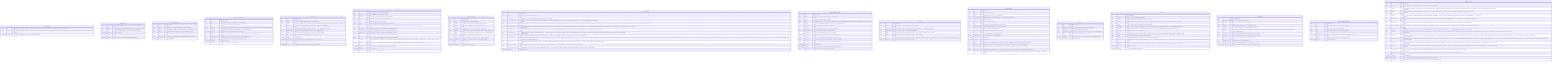
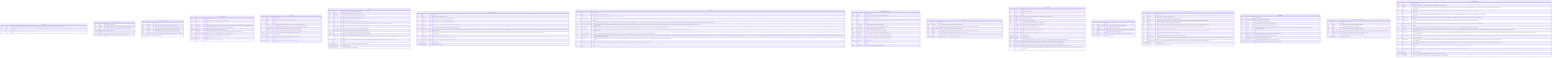
%% Generated by scripts/generate_er.py — do not edit by hand (make er)
erDiagram

    APP_CONFIG {
        string key PK "Config key in lower-snake attribute form (e.g. pdf_extractor). Matches the settings.<key> attribute name and the API path segment. ADR-0053 §2.1."
        string value "Override value as TEXT. NOT NULL — 'a row exists ⇔ override is active'. Reset to default by deleting the row (§3.3). Typed values (bool/float) are stored as their string form and coerced at read. ADR-0053 §2.1."
        timestamptz updated_at "Last write time (audit). Refreshed on every upsert. ADR-0053 §2.1."
    }

    CONVERSATIONS {
        uuid id PK "Conversation identity"
        string vault_id "Logical vault scope (matches pages/edges pattern), from VAULT_ID env var"
        string title "User-set or first-prompt-derived title, NULL until set (ADR-0019 §2.5)"
        timestamptz created_at "Row creation time"
        timestamptz updated_at "Bumped on each chat turn, drives last-active-conversation restore (AC-F6-1)"
        timestamptz deleted_at "NULL = live, set = soft-deleted (ADR-0005 / ADR-0019 §2.5)"
    }

    IMAGE_CAPTIONS {
        uuid id PK "Row identity"
        string vault_id "Vault this cached caption belongs to (per-vault cache scoping)"
        string sha256 "Lowercase hex sha256 of the image file's raw bytes (content-addressed key)"
        string file_path "Relative raw source path last seen for this content (audit, may drift)"
        string caption "Provider-generated caption used as the image's extracted text (R8-2)"
        string provider_type "Backend that produced the caption: local|api|cli (audit only, never routing)"
        timestamptz created_at "Row creation time"
    }

    IMPORT_SCHEDULES {
        uuid id PK "Row identity"
        string vault_id "Logical vault identifier — one schedule row per vault (UNIQUE)"
        boolean enabled "Scheduler is a no-op while false (ADR-0020 §4.1)"
        string source_dir "Container-visible absolute path to scan (e.g. /import). NULL until set by the user. Must be mounted into the container (ADR-0020 §7)."
        string frequency "Scan interval enum: '15m' | '1h' | '6h' | 'daily' (I7 — bounded, ADR-0020 §4.1)"
        timestamptz last_run_at "Timestamp of the last completed scan, NULL if never run"
        string last_status "Outcome of the last scan: 'ok' | 'error' | 'running' | 'skipped_disabled' | 'dir_missing' | NULL (never run)"
        int last_imported_count "Number of files copied (new/changed) during the last scan (ADR-0020 §4.3)"
        string last_error "Human-readable error from the last failed scan, NULL on success"
        timestamptz created_at "Row creation time"
        timestamptz updated_at "Updated on every PUT or scan completion"
    }

    LINT_RUNS {
        uuid id PK "Run identity"
        string vault_id "Scope — string, no vaults table (AQ-v0.5-6, ADR-0037 §3.1)"
        string status "running | completed | error. Defaults 'running', terminal write always in finally (never left 'running' on fall-through — ADR-0037 §4)."
        int max_iter "Iteration cap FROZEN at INSERT from POST body → LINT_MAX_ITER default (I7)"
        int token_budget "Token budget FROZEN at INSERT from POST body → LINT_TOKEN_BUDGET default (I7)"
        int iterations_used "Semantic rounds consumed (0..max_iter), 0 for deterministic-only scans"
        int findings_count "Number of findings emitted by this scan (capped at LINT_MAX_FINDINGS)"
        decimal total_cost_usd "I7 cost ledger, 0.0000 for local/cli (ADR-0009), $1 anomaly threshold"
        timestamptz started_at "Run start time"
        timestamptz completed_at "NULL while running, set in finally block (mirrors deep_research_runs)"
        string error_message "Populated only on status='error', NULL otherwise"
        timestamptz created_at "Row creation time (mirrors deep_research_runs/review_items)"
    }

    PAGES {
        uuid id PK "Page identity, also the Qdrant point id (ADR-0002)"
        string vault_id "Logical vault identifier — from VAULT_ID env var"
        string file_path "Relative path under vault/raw/sources/, join key to filesystem"
        string title "YAML frontmatter 'title', NULL if absent (K6, AC-K6-2/3)"
        string type "YAML frontmatter 'type', NULL if absent (K6)"
        jsonb sources "YAML frontmatter 'sources[]' as JSONB array, NULL if absent (K6)"
        jsonb tags "YAML frontmatter 'tags[]' as JSONB array, NULL if absent (K6 navigation, nashsu/llm_wiki parity). Mirrors 'sources' storage. Migration 0018."
        string content_hash "sha256 hex of raw file bytes — authoritative change signal (ADR-0001)"
        int source_mtime_ns "st_mtime_ns at last confirmed index — cheap fast-path gate (ADR-0001)"
        uuid qdrant_point_id "Qdrant point id == pages.id, explicit to allow deliberate divergence later"
        double x "FR x-coordinate (DOUBLE PRECISION), NULL until first layout (ADR-0013)"
        double y "FR y-coordinate (DOUBLE PRECISION), NULL until first layout (ADR-0013)"
        int community "Louvain community id, re-numbered by size (largest=0). NULL until first GraphEngine.recompute() after migration 0020 (G-P0-2). Persisted alongside x/y, exposed in GET /graph nodes (I2)."
        boolean pinned "True when the user manually positioned this node via PATCH /pages/(id)/position. Engine preserves pinned coords across FR recomputes (Feature A)."
        timestamptz deleted_at "NULL = live, set = soft-deleted (ADR-0005), Qdrant point hard-deleted"
        timestamptz created_at "Row creation time"
        timestamptz updated_at "Updated on every upsert (AC-WATCH-3)"
    }

    PROVIDER_CONFIG {
        uuid id PK "Row identity"
        string scope "global | vault | operation (ADR-0008 §2)"
        string operation "ingest | chat | lint, NULL unless scope='operation' (AQ-v0.2-5)"
        string vault_id "NULL at global scope, required at vault/operation scope"
        string provider_type "local | api | cli — selects the InferenceProvider backend (I6)"
        string model_id "Model name (e.g. claude-sonnet-4-6), value lives ONLY in DB rows (AC-F17-8)"
        string base_url "OpenAI-compatible endpoint for ApiProvider, NULL for Anthropic/local default"
+         largebinary api_key_encrypted "W1 (F17, §12 amendment). Fernet-encrypted UI-supplied provider API key (master key from SYNAPSE_SECRET_KEY env, app/secrets_crypto.py). NULL = no UI key, the provider layer falls back to env-var keys (ANTHROPIC_API_KEY / OPENAI_API_KEY). The plaintext is NEVER stored and NEVER returned by any endpoint (GET exposes only api_key_configured + a masked hint). Migration 0026."
+         string reasoning_effort "W1 (F17). Per-provider reasoning/thinking effort: auto | off | low | medium | high | max | custom. NULL/auto = provider default (no reasoning override). Threaded into the ApiProvider where the backend supports it (Anthropic extended thinking / OpenAI-compatible reasoning_effort), degrade-safe/ignored when unsupported. Migration 0026."
        int max_iter "Orchestrated-loop iteration cap (I7, ADR-0009)"
        int token_budget "Loop token budget (I7), 60000 orchestrated / 100000 cli (ADR-0009)"
        boolean is_fallback "Marks the single fallback row for a scope (ADR-0009 §fallback)"
        timestamptz created_at "Row creation time"
        timestamptz updated_at "Updated on every change"
    }

    VAULT_STATE {
        uuid id PK "Row identity"
        string vault_id "One row per vault, from VAULT_ID env var"
        int data_version "Monotonic, +1 per successful upsert ingest (AC-F16dv-2/4), FA2 debounce signal"
        boolean remote_mcp_enabled "Runtime toggle for the remote (HTTP) MCP surface (ADR-0032 §2.1). Default OFF, requires MCP_AUTH_TOKEN to be set before enabling. Persisted here, read into RemoteMcpFlag cache in main.py at startup."
        string mcp_access_token_hash "Salted PBKDF2-HMAC-SHA256 hash of the UI-set MCP access token (ADR-0033 §2.1). Format: pbkdf2_sha256$<iters>$<salt_b64>$<hash_b64>. NULL = no UI token, env MCP_AUTH_TOKEN is the bootstrap fallback. NEVER stores plaintext. Token shown once at generation time (one-time reveal). DB-hash takes precedence over env bootstrap when set. Migration 0012."
        boolean mcp_allow_without_token "When ON: PRIVATE sources (loopback/CGNAT/RFC1918/link-local/ULA) may reach /mcp/server without a bearer token (ADR-0033 §2.3). PUBLIC sources (Cloudflare tunnel — CF-Connecting-IP/CF-Ray) are NEVER exempted regardless of this flag (fail-safe by construction). Default false — fail-closed. Migration 0012."
        boolean clip_enabled_db "Runtime enabled-gate for POST /clip ingress (ADR-0040 §3). NULL = not set in DB, env CLIP_ENABLED is the fallback. When NOT NULL, DB value is authoritative (overrides CLIP_ENABLED env). Migration 0015."
        string clip_access_token "Plaintext bearer token for POST /clip (ADR-0040 §3). NULL = no DB token, fall back to CLIP_TOKEN env bootstrap or none. When set, DB value wins over CLIP_TOKEN env. Shown once at generation time (one-time reveal in PUT /clip/config generated_token). NEVER logged. Migration 0015."
        string clip_allowed_origins_db "Comma-separated Origin allowlist for POST /clip (ADR-0040 §3). NULL = fall back to CLIP_ALLOWED_ORIGINS env var. When set, DB value wins over env. Migration 0015."
        string cli_oauth_token "Plaintext Claude subscription OAuth token for the CLI provider (ADR-0043 §2.1). Produced on the host by 'claude setup-token' (prefix: sk-ant- + oat01-). NULL = no UI token, env 'CLAUDE_CODE_OAUTH_TOKEN' / 'CLAUDE_CODE_USE_SUBSCRIPTION' govern. When NOT NULL the DB value is authoritative: it is injected into the spawned 'claude' CLI's env as CLAUDE_CODE_OAUTH_TOKEN AND 'ANTHROPIC_API_KEY' is scrubbed from that child env so the subscription wins (ADR-0043 §2.3). Stored PLAINTEXT because it is replayed outbound to the CLI, not verified against an incoming request — a hash cannot be replayed (§12 narrowly amended for this one credential). NEVER logged, NEVER returned by any endpoint. Migration 0017."
        string searxng_url_db "Runtime SearXNG base URL (ADR-0041 §3). NULL = not set in DB, fall back to SEARXNG_URL env var. When set, DB value wins over env. NOT a secret — returned by GET /web-search/config (no masking). Migration 0016."
        string searxng_categories_db "Comma-separated SearXNG categories (ADR-0041 §3). NULL = not set in DB, fall back to env / code defaults. When set, DB value wins over env. Migration 0016."
        int searxng_max_queries_db "Max SearXNG queries per deep-research iteration (ADR-0041 §3). NULL = not set in DB, fall back to DEEP_RESEARCH_MAX_QUERIES env. When set, DB value wins over env. Migration 0016."
        timestamptz updated_at "Last bump time"
    }

    DEEP_RESEARCH_RUNS {
        uuid id PK "Run identity"
        string vault_id "Scope — string, no vaults table (AQ-v0.5-6, ADR-0024 §7.1)"
        string topic "The research topic provided by the caller"
        string status "running | converged | max_iter_reached | budget_exhausted | error. Defaults 'running', terminal write always in finally (Do-NOT no.7, ADR-0024 §3.2)"
        int max_iter "Iteration cap FROZEN at INSERT from POST body → env default (AQ-v0.5-4)"
        int token_budget "Token budget FROZEN at INSERT (AQ-v0.5-4, I7)"
        int iterations_used "Rounds consumed (1..max_iter), 0 until first round completes"
        jsonb queries_used "Array of every query issued, per round (AC-F10-4c)"
        int sources_fetched "Count of fetched candidate sources across all iterations"
        boolean converged "True iff status == 'converged' (audit convenience, ADR-0024 §7.1)"
        decimal total_cost_usd "I7 cost ledger, 0.0000 for local/cli (ADR-0009), $1 anomaly threshold"
        string synthesis_text "The synthesized markdown, NULL until step 5 completes (AC-F10-4c)"
        uuid synthesis_page_id FK "FK → pages.id created by the re-entrant ingest_file, NULL until done"
        timestamptz started_at "Run start time"
        timestamptz completed_at "NULL while running, set in finally block (mirrors ingest_runs alias rule)"
        string error_message "Populated only on status='error', NULL otherwise"
    }

    EDGES {
        uuid id PK "Row identity"
        string vault_id "Scope edges per vault (matches pages/vault_state pattern)"
        uuid source_page_id FK "Unordered pair stored canonically (smaller UUID first by string sort). FK → pages.id (ADR-0012 / AQ-5)"
        uuid target_page_id FK "FK → pages.id, target of the undirected pair (ADR-0012)"
        double weight "Additive 4-signal weight > 0 (ADR-0012): 3·direct + 4·source_overlap + 1.5·adamic_adar + 1·same_type"
        jsonb signals "Per-signal breakdown ('direct','source','aa','type') for audit (AC-F4-1(e))"
        string kind "Structural edge discriminator: 'link' (direct wikilink present) | 'source' (shared provenance only). ADR-0016 §4. NULL for rows written before migration 0004 (treated as link)."
        timestamptz created_at "Row creation time (set on each recompute batch)"
    }

    INGEST_RUNS {
        uuid id PK "Row identity"
        string vault_id "Vault this run belongs to"
        uuid page_id FK "Originating source page, NULL on a pre-write failure"
        string provider_name "Provider class name (e.g. OllamaProvider) — AUDIT ONLY, never routed on (I6)"
        string provider_type "local | api | cli (audit)"
        string model_id "Resolved model used (audit)"
        string route "orchestrated | delegated (capability-aware routing outcome)"
        int max_iter_used "Iterations actually consumed (1..max_iter), 0 for delegated"
        int total_tokens "input+output tokens across all iterations (I7)"
        decimal total_cost_usd "0.0000 for local/cli (ADR-0009), logged per run (I7)"
        boolean converged "True if a valid batch was produced within max_iter"
        boolean cost_anomaly "True if total_cost_usd > 1.00 (ADR-0009 §3)"
        timestamptz started_at "Run start time"
        timestamptz finished_at "Run finish time"
        string status "Run lifecycle state: running | completed | failed | converged_false. Backfilled from converged for historical rows (ADR-0018 §7)."
        int pages_created "Number of wiki pages persisted during this run. 0 for historical rows, set by orchestrator on new runs (ADR-0018 §7)."
        string error_message "Human-readable error description for failed runs, NULL for completed/running/converged_false rows (ADR-0018 §7)."
        string source_path "Relative raw source path (raw/sources/…) the run is ingesting. NULL for historical rows written before migration 0021 (ADR-0046 §1)."
        int retry_count "Times this source has been retried. Enforces MAX_INGEST_RETRIES=3 (I7, ADR-0046 §5). Incremented by the queue manager on each re-dispatch, 0 for the initial attempt."
    }

    LINKS {
        uuid id PK "Row identity"
        uuid source_page_id FK "FK → pages.id, the page that contains the wikilink (K5)"
        string target_title "The [[Target]] title string as written (K5)"
        uuid target_page_id FK "Resolved FK → pages.id, NULL while the target page does not exist (K5, v0.3)"
        string alias "The |alias part of [[Target|alias]], if present (K5)"
        boolean dangling "True when target_page_id is unresolved (AC-K5-5), warn-not-error path"
        timestamptz created_at "Row creation time"
    }

    LINT_FINDINGS {
        uuid id PK "Finding identity"
        uuid lint_run_id FK "FK → lint_runs.id (ON DELETE CASCADE)"
        string vault_id "Denormalised vault scope (matches the run's vault, AQ-v0.5-6)"
        string category "Finding category (ADR-0037 §3.1 enum-by-convention, no DB CHECK): orphan-page | missing-xref | contradiction | stale-claim | missing-page."
        string severity "info | warning | error (advisory, display ordering). ADR-0037 §3.1."
        uuid target_page_id FK "FK → pages.id, the page the finding is about. NULL when none applies (e.g. a missing-page finding about a not-yet-existing title). ADR-0037 §3.1."
        string target_title "The page title the finding concerns (missing-page: title to create, missing-xref: the existing page that should be linked). ADR-0037 §3.1."
        string description "Human-readable 'what is wrong' (ADR-0037 §3.1)."
        string proposed_action "Human-readable description of the fix apply_lint_fix would attempt. NULL for flag-only findings (contradiction/stale-claim/orphan). ADR-0037 §3.1/§5."
        string status "open | applied | dismissed. Defaults 'open' (ADR-0037 §3.1)."
        string resolution_note "How the finding was resolved (apply outcome / dismiss reason). NULL while open."
        string suggested_target "Title of the best matching existing page found by the tolerant resolver at broken-wikilink scan time (exact → case-insensitive → slug). NULL when no suggestion or for non-broken-wikilink categories. L2 / ADR-0037 B1."
        uuid suggested_page_id FK "FK → pages.id, the live page whose title is 'suggested_target'. NULL when no suggestion or for non-broken-wikilink categories. L2 / ADR-0037 B1."
        timestamptz created_at "Row creation time"
        timestamptz reviewed_at "Set on apply/dismiss, NULL while open."
    }

    MESSAGES {
        uuid id PK "Message identity"
        uuid conversation_id FK "FK → conversations.id (ADR-0019 §2.5)"
        string role "'user' | 'assistant' | 'system' (ADR-0019 §2.5)"
        string content "RAW message content, incl. literal <think>…</think> un-mutated (AC-F7-2)"
        jsonb citations "RESERVED for M5 [n] citations, always [] in M4 (ADR-0019 §2.3)"
        jsonb images "B2-C1 image attachments: [(mime, data_base64)] for user messages. NULL when no images attached. Stored so regenerate/history preserves images. Migration: 0024_messages_images."
        string provider_type "Backend that produced an assistant msg (audit), NULL for user/system"
        string model_id "Resolved model that produced an assistant msg (audit), NULL otherwise"
        int input_tokens "Prompt tokens for an assistant turn (I7 persistent cost record)"
        int output_tokens "Completion tokens for an assistant turn (I7)"
        decimal total_cost_usd "0.0000 for local/cli (ADR-0009), logged + returned in done event (I7)"
        timestamptz created_at "Row creation time, messages ordered created_at ASC (ADR-0019 §2.5)"
    }

    DEEP_RESEARCH_SOURCES {
        uuid id PK "Row identity"
        uuid run_id FK "FK → deep_research_runs.id (ON DELETE CASCADE)"
        string url "The fetched source URL (from SearXNG hit)"
        string title "Hit title from SearXNG, may be URL if no title available"
        string fetched_content_md "Extracted markdown (capped at DEEP_RESEARCH_FETCH_MAX_CHARS), NULL on fetch failure (ADR-0024 §4 / Do-NOT no.9)"
        decimal relevance_score "Optional model/heuristic relevance, NULL in Phase 2 (ADR-0024 §11)"
        int iteration "Which round produced this source (1..max_iter), audit trail"
        timestamptz created_at "Row creation time"
    }

    REVIEW_ITEMS {
        uuid id PK "Row identity"
        string vault_id "Logical vault identifier — existing String (no FK, no vaults table). AQ-v0.5-6, ADR-0034 §3.1"
        string item_type "Proposal type (ADR-0034 §3.1 enum-by-convention, no DB CHECK): missing-page | suggestion | contradiction | duplicate | confirm. Old values (new_page/update_page/deep_research_candidate) are obsolete after migration 0013 left-shifts them to skipped."
        string status "Lifecycle (ADR-0034 §3.1, ADR-0044 adds dismissed): pending | created | skipped | dismissed | deep_researched | auto_resolved. Defaults 'pending'. (approved is gone, Create produces created.)"
        uuid page_id FK "FK → pages.id, the review TARGET: existing page a contradiction/duplicate conflicts with, or source-context page for missing-page/suggestion. NULL when none applies. (ADR-0034 §3.1 — re-documented column)"
        uuid source_page_id FK "FK → pages.id, the page WHOSE INGEST produced this proposal (provenance). Distinct from page_id (the conflicting/target page). Lets the UI show 'proposed while ingesting X'. ADR-0034 §3.1 ADD."
        string proposed_title "The title the LLM proposes to create (required for missing-page, advisory for others). Drives the lazy skeleton (ADR-0034 §5.2) and rule-based sweep title match (§6.2). ADR-0034 §3.1 ADD."
        string proposed_page_type "Inferred PageType for the lazy skeleton: entity|concept|source|synthesis|comparison. NULL → heuristic applied at Create time (ADR-0034 §5.2). source is never a valid Create target. ADR-0034 §3.1 ADD."
        string proposed_dir "Target wiki/ subdir derived from proposed_page_type (DISPLAY ONLY). Recomputed from the final type at Create time — never trusted blindly (ADR-0034 §5.2). ADR-0034 §3.1 ADD."
        string rationale "Short human-readable 'why this matters' (ADR-0034 §3.1 ADD). Replaces the old per-page follow-up questions (pre_generated_query is DROPPED). For suggestion: the gap/follow-up, for contradiction: the conflict description, for confirm: what needs confirming. Used as the topic hint for Deep Research."
        string content_key "16-hex FNV-1a stable digest over vault_id + item_type + normalize(proposed_title) + (target_page_title|page_id) (ADR-0044 §3.2). Makes the queue idempotent across re-ingest: the same logical proposal keeps its content_key and therefore its status. NULL for 'confirm' items (never deduped — every confirmation is a distinct human ask) and legacy rows. Migration 0019."
        jsonb referenced_page_ids "JSON array of page-id STRINGS: the existing pages this proposal is contextually about (plural context set, ADR-0044 §2/§3.1). Bounded (≤ REVIEW_REFERENCED_PAGES_MAX, default 8). Distinct from page_id (single primary conflict) and source_page_id (provenance). Deliberately a JSON array, NOT a junction/FK — stale ids are filtered at render (ADR-0044 §9.2). NULL/[] when none. Migration 0019."
        jsonb search_queries "JSON array of ≤3 pre-generated web-search-query strings (ADR-0044 §2.3), produced by the SAME single proposal call (no extra provider call). Deep Research seeds its topic from search_queries[0], the UI shows them on the card. NULL when none. Migration 0019."
        string resolution "How the item closed (ADR-0034 §3.1 ADD, ADR-0044 adds dismissed): created | skipped | dismissed | researched | rule_resolved | llm_resolved. NULL while pending. Complements status (status records *what* happened, resolution records *how* it was resolved)."
        uuid created_page_id FK "FK → pages.id, the page a successful Create action produced (ADR-0034 §5). NULL while status != 'created'. Distinct from page_id and source_page_id. ADR-0034 §3.1 ADD."
        uuid deep_research_run_id FK "FK → deep_research_runs.id, set when the Deep-Research action fires (AC-F10-5). NULL while status != 'deep_researched'. Unchanged from ADR-0025."
        timestamptz created_at "Row creation time"
        timestamptz reviewed_at "Set on any terminal action (Create/Skip/Deep-Research/auto-resolve), NULL while pending."
        string reviewed_by "'web-ui' for human actions, 'auto-sweep' for the sweep (ADR-0034 §6.2/§6.3). NULL while pending."
    }
